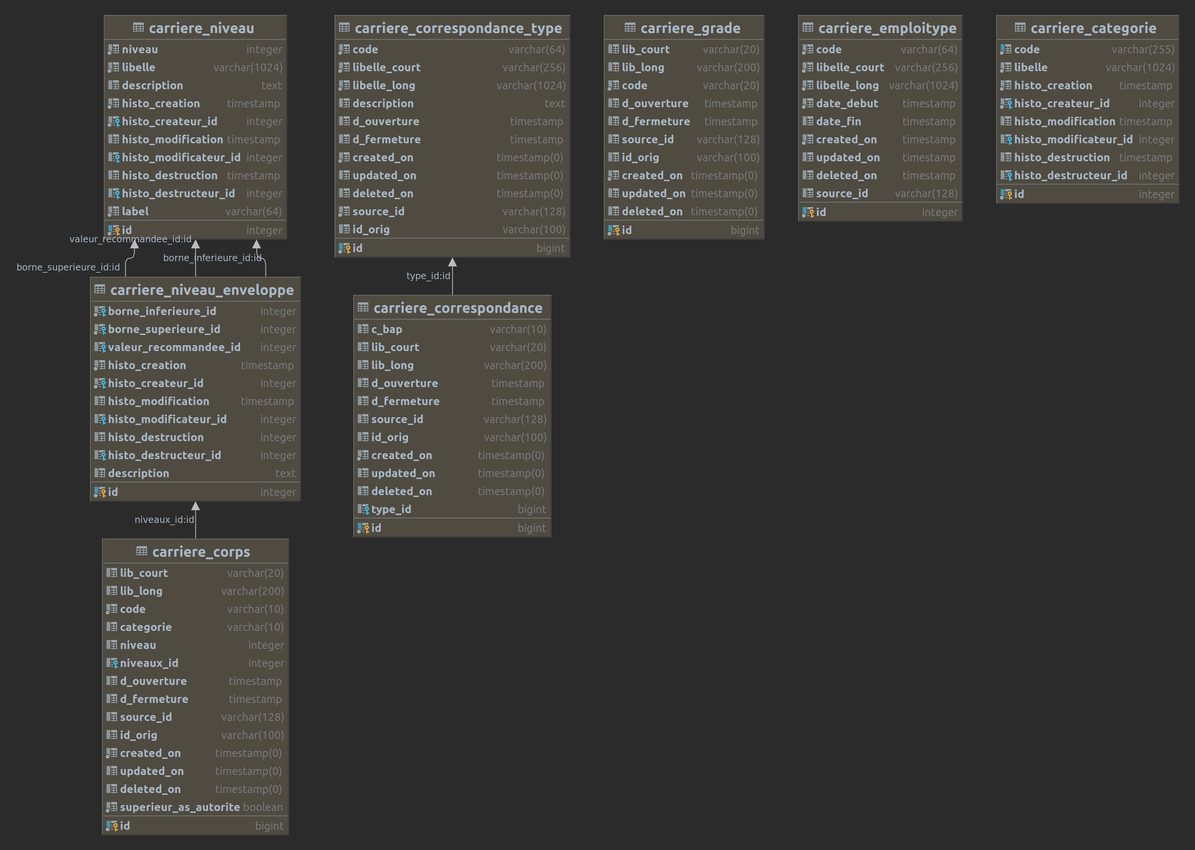
EsupPortail/esup-emc2 keeps this Graphviz diagram as documentation/SQL/002_CARRIERE.png. Above is the earlier version. Its source is kept beside it as documentation/SQL/002_CARRIERE.dot.
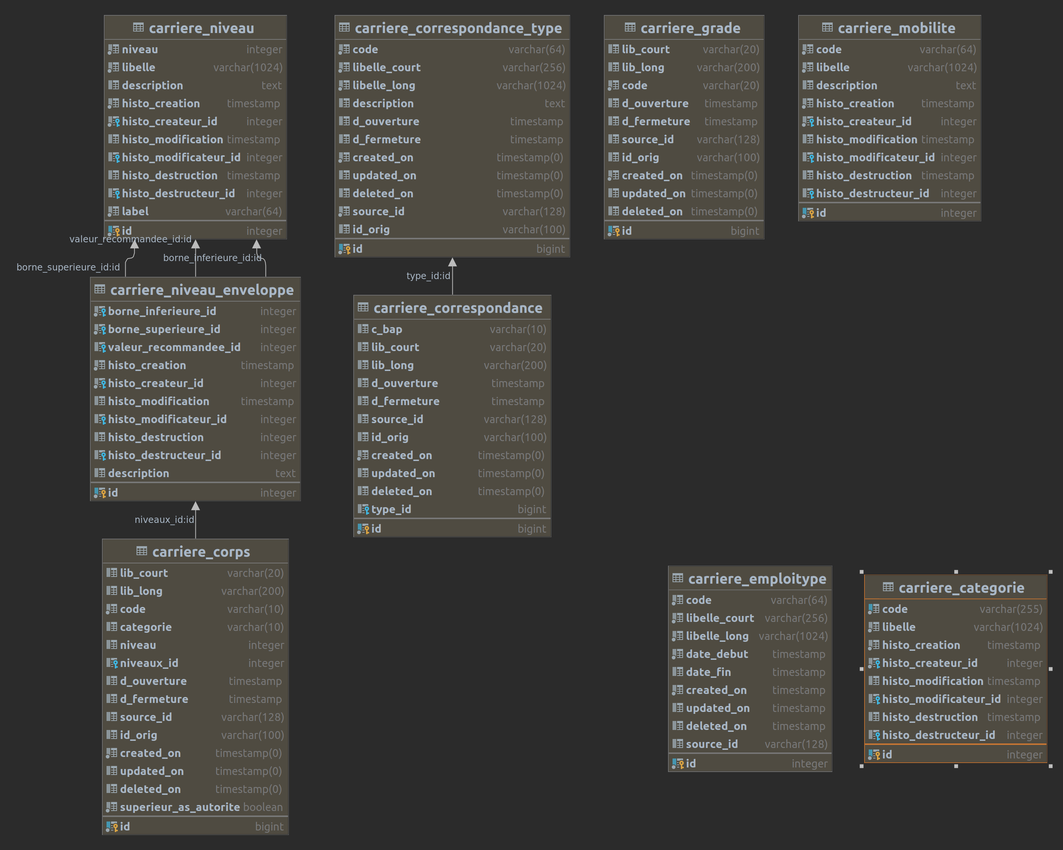
After the commit.

Commit message:
MAJ documentation partie CARRIERE

The edit, as a diff of the source:
```diff
@@ -12,13 +12,14 @@
 carriere_correspondance_type [shape = record, label = "{ carriere_correspondance_type |  code : varchar(64)\l  libelle_court : varchar(256)\l  libelle_long : varchar(1024)\l  description : text\l  d_ouverture : timestamp\l  d_fermeture : timestamp\l  created_on : timestamp(0)\l  updated_on : timestamp(0)\l  deleted_on : timestamp(0)\l  source_id : varchar(128)\l  id_orig : varchar(100)\l| id : bigint\l }"];
 carriere_emploitype          [shape = record, label = "{ carriere_emploitype |  code : varchar(64)\l  libelle_court : varchar(256)\l  libelle_long : varchar(1024)\l  date_debut : timestamp\l  date_fin : timestamp\l  created_on : timestamp\l  updated_on : timestamp\l  deleted_on : timestamp\l  source_id : varchar(128)\l| id : integer\l }"];
 carriere_grade               [shape = record, label = "{ carriere_grade |  lib_court : varchar(20)\l  lib_long : varchar(200)\l  code : varchar(20)\l  d_ouverture : timestamp\l  d_fermeture : timestamp\l  source_id : varchar(128)\l  id_orig : varchar(100)\l  created_on : timestamp(0)\l  updated_on : timestamp(0)\l  deleted_on : timestamp(0)\l| id : bigint\l }"];
+carriere_mobilite            [shape = record, label = "{ carriere_mobilite |  code : varchar(64)\l  libelle : varchar(1024)\l  description : text\l  histo_creation : timestamp\l  histo_createur_id : integer\l  histo_modification : timestamp\l  histo_modificateur_id : integer\l  histo_destruction : timestamp\l  histo_destructeur_id : integer\l| id : integer\l }"];
 carriere_niveau              [shape = record, label = "{ carriere_niveau |  niveau : integer\l  libelle : varchar(1024)\l  description : text\l  histo_creation : timestamp\l  histo_createur_id : integer\l  histo_modification : timestamp\l  histo_modificateur_id : integer\l  histo_destruction : timestamp\l  histo_destructeur_id : integer\l  label : varchar(64)\l| id : integer\l }"];
 carriere_niveau_enveloppe    [shape = record, label = "{ carriere_niveau_enveloppe |  borne_inferieure_id : integer\l  borne_superieure_id : integer\l  valeur_recommandee_id : integer\l  histo_creation : timestamp\l  histo_createur_id : integer\l  histo_modification : timestamp\l  histo_modificateur_id : integer\l  histo_destruction : integer\l  histo_destructeur_id : integer\l  description : text\l| id : integer\l }"];
 
 carriere_corps               -> carriere_niveau_enveloppe    [color = "#595959", style = solid , arrowtail = none    , arrowhead = normal  , taillabel = "", label = "niveaux_id:id", headlabel = ""];
 carriere_correspondance      -> carriere_correspondance_type [color = "#595959", style = solid , arrowtail = none    , arrowhead = normal  , taillabel = "", label = "type_id:id", headlabel = ""];
+carriere_niveau_enveloppe    -> carriere_niveau              [color = "#595959", style = solid , arrowtail = none    , arrowhead = normal  , taillabel = "", label = "borne_inferieure_id:id", headlabel = ""];
+carriere_niveau_enveloppe    -> carriere_niveau              [color = "#595959", style = solid , arrowtail = none    , arrowhead = normal  , taillabel = "", label = "valeur_recommandee_id:id", headlabel = ""];
 carriere_niveau_enveloppe    -> carriere_niveau              [color = "#595959", style = solid , arrowtail = none    , arrowhead = normal  , taillabel = "", label = "borne_superieure_id:id", headlabel = ""];
-carriere_niveau_enveloppe    -> carriere_niveau              [color = "#595959", style = solid , arrowtail = none    , arrowhead = normal  , taillabel = "", label = "valeur_recommandee_id:id", headlabel = ""];
-carriere_niveau_enveloppe    -> carriere_niveau              [color = "#595959", style = solid , arrowtail = none    , arrowhead = normal  , taillabel = "", label = "borne_inferieure_id:id", headlabel = ""];
 
 }
```
